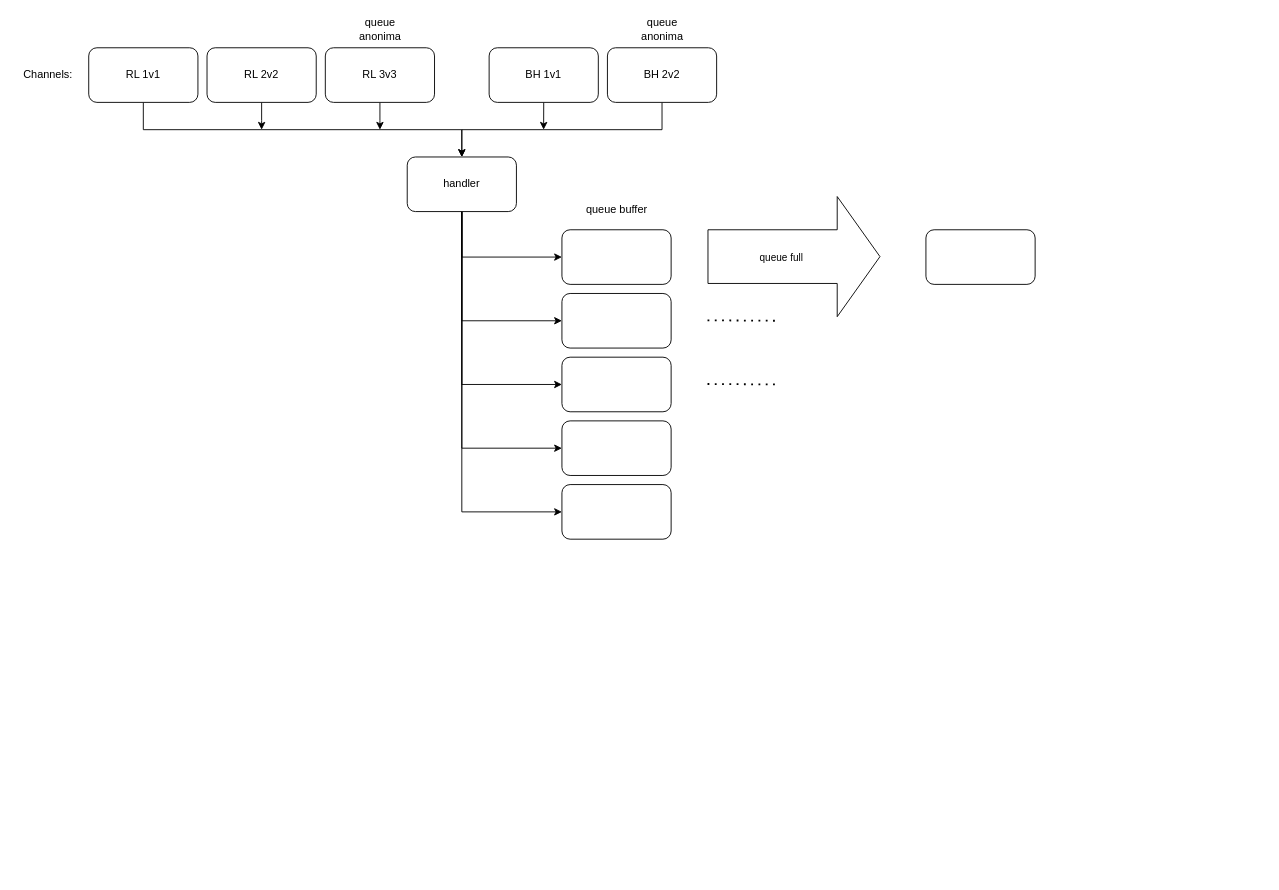
The draw.io diagram botDiagram.drawio in AlessandroPilleri/TA-queue-discord-bot, before the edit. Source tidied: cells renumbered, new cells numbered last; positions are measured from the earlier drawing's top-left corner, leaving out a move shared by most shapes. Both pictures are drawn from the tidied source at 91%, with x=0, y=0 at pixel (15, 15).
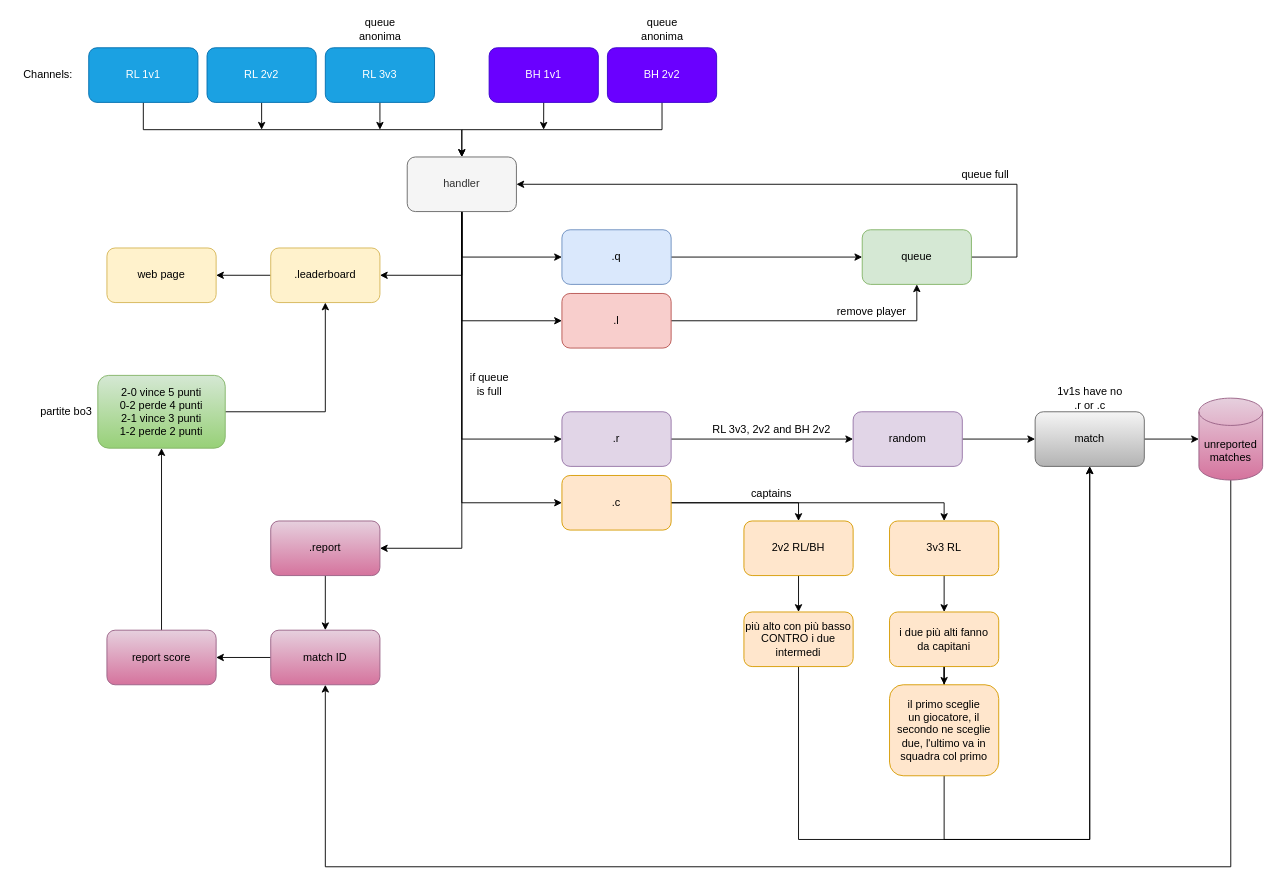
The same page after the edit.

What changed in the source:
```diff
@@
-    <mxCell id="3" value="RL 2v2" style="rounded=1;whiteSpace=wrap;html=1;" parent="1" vertex="1">
+    <mxCell id="3" value="RL 2v2" style="rounded=1;whiteSpace=wrap;html=1;fillColor=#1ba1e2;strokeColor=#006EAF;fontColor=#ffffff;" parent="1" vertex="1">
       <mxGeometry x="210" y="35" width="120" height="60" as="geometry" />
     </mxCell>
@@
-    <mxCell id="5" value="RL 1v1" style="rounded=1;whiteSpace=wrap;html=1;" parent="1" vertex="1">
+    <mxCell id="5" value="RL 1v1" style="rounded=1;whiteSpace=wrap;html=1;fillColor=#1ba1e2;strokeColor=#006EAF;fontColor=#ffffff;" parent="1" vertex="1">
       <mxGeometry x="80" y="35" width="120" height="60" as="geometry" />
     </mxCell>
@@
-    <mxCell id="7" value="RL 3v3" style="rounded=1;whiteSpace=wrap;html=1;" parent="1" vertex="1">
+    <mxCell id="7" value="RL 3v3" style="rounded=1;whiteSpace=wrap;html=1;fillColor=#1ba1e2;strokeColor=#006EAF;fontColor=#ffffff;" parent="1" vertex="1">
       <mxGeometry x="340" y="35" width="120" height="60" as="geometry" />
     </mxCell>
@@
-    <mxCell id="9" value="BH 2v2" style="rounded=1;whiteSpace=wrap;html=1;" parent="1" vertex="1">
+    <mxCell id="9" value="BH 2v2" style="rounded=1;whiteSpace=wrap;html=1;fillColor=#6a00ff;strokeColor=#3700CC;fontColor=#ffffff;" parent="1" vertex="1">
       <mxGeometry x="650" y="35" width="120" height="60" as="geometry" />
     </mxCell>
@@
-    <mxCell id="11" value="BH 1v1" style="rounded=1;whiteSpace=wrap;html=1;" parent="1" vertex="1">
+    <mxCell id="11" value="BH 1v1" style="rounded=1;whiteSpace=wrap;html=1;fillColor=#6a00ff;strokeColor=#3700CC;fontColor=#ffffff;" parent="1" vertex="1">
       <mxGeometry x="520" y="35" width="120" height="60" as="geometry" />
     </mxCell>
@@
     <mxCell id="14" style="edgeStyle=orthogonalEdgeStyle;rounded=0;jettySize=auto;html=1;entryX=0;entryY=0.5;entryDx=0;entryDy=0;" parent="1" edge="1" source="17" target="23">
       <mxGeometry relative="1" as="geometry">
         <Array as="points">
-          <mxPoint x="490" y="405" />
+          <mxPoint x="490" y="465" />
         </Array>
       </mxGeometry>
     </mxCell>
     <mxCell id="15" style="edgeStyle=orthogonalEdgeStyle;rounded=0;jettySize=auto;html=1;entryX=0;entryY=0.5;entryDx=0;entryDy=0;" parent="1" edge="1" source="17" target="24">
       <mxGeometry relative="1" as="geometry">
         <Array as="points">
-          <mxPoint x="490" y="475" />
+          <mxPoint x="490" y="535" />
         </Array>
       </mxGeometry>
     </mxCell>
-    <mxCell id="16" style="edgeStyle=orthogonalEdgeStyle;rounded=0;jettySize=auto;html=1;entryX=0;entryY=0.5;entryDx=0;entryDy=0;" parent="1" edge="1" source="17" target="25">
+    <mxCell id="16" style="edgeStyle=orthogonalEdgeStyle;rounded=0;jettySize=auto;html=1;entryX=1;entryY=0.5;entryDx=0;entryDy=0;" parent="1" edge="1" source="17" target="25">
       <mxGeometry relative="1" as="geometry">
         <Array as="points">
-          <mxPoint x="490" y="545" />
+          <mxPoint x="490" y="285" />
         </Array>
       </mxGeometry>
     </mxCell>
+    <mxCell id="32" style="edgeStyle=orthogonalEdgeStyle;rounded=0;jettySize=auto;html=1;entryX=1;entryY=0.5;entryDx=0;entryDy=0;" parent="1" edge="1" source="17" target="64">
+      <mxGeometry relative="1" as="geometry">
+        <Array as="points">
+          <mxPoint x="490" y="585" />
+        </Array>
+      </mxGeometry>
+    </mxCell>
-    <mxCell id="17" value="handler" style="rounded=1;whiteSpace=wrap;html=1;" parent="1" vertex="1">
+    <mxCell id="17" value="handler" style="rounded=1;whiteSpace=wrap;html=1;fillColor=#f5f5f5;strokeColor=#666666;fontColor=#333333;" parent="1" vertex="1">
       <mxGeometry x="430" y="155" width="120" height="60" as="geometry" />
     </mxCell>
@@
+    <mxCell id="33" style="edgeStyle=orthogonalEdgeStyle;rounded=0;jettySize=auto;html=1;entryX=0.5;entryY=1;entryDx=0;entryDy=0;" parent="1" edge="1" source="21" target="40">
+      <mxGeometry relative="1" as="geometry" />
+    </mxCell>
-    <mxCell id="21" style="rounded=1;whiteSpace=wrap;html=1;" parent="1" vertex="1">
+    <mxCell id="21" value=".l" style="rounded=1;whiteSpace=wrap;html=1;fillColor=#f8cecc;strokeColor=#b85450;" parent="1" vertex="1">
       <mxGeometry x="600" y="305" width="120" height="60" as="geometry" />
     </mxCell>
+    <mxCell id="34" style="edgeStyle=orthogonalEdgeStyle;rounded=0;jettySize=auto;html=1;entryX=0;entryY=0.5;entryDx=0;entryDy=0;" parent="1" edge="1" source="22" target="40">
+      <mxGeometry relative="1" as="geometry" />
+    </mxCell>
-    <mxCell id="22" style="rounded=1;whiteSpace=wrap;html=1;" parent="1" vertex="1">
+    <mxCell id="22" value=".q" style="rounded=1;whiteSpace=wrap;html=1;fillColor=#dae8fc;strokeColor=#6c8ebf;" parent="1" vertex="1">
       <mxGeometry x="600" y="235" width="120" height="60" as="geometry" />
     </mxCell>
+    <mxCell id="35" style="edgeStyle=orthogonalEdgeStyle;rounded=0;jettySize=auto;html=1;entryX=0;entryY=0.5;entryDx=0;entryDy=0;" parent="1" edge="1" source="23" target="59">
+      <mxGeometry relative="1" as="geometry" />
+    </mxCell>
-    <mxCell id="23" style="rounded=1;whiteSpace=wrap;html=1;" parent="1" vertex="1">
-      <mxGeometry x="600" y="375" width="120" height="60" as="geometry" />
+    <mxCell id="23" value=".r" style="rounded=1;whiteSpace=wrap;html=1;fillColor=#e1d5e7;strokeColor=#9673a6;" parent="1" vertex="1">
+      <mxGeometry x="600" y="435" width="120" height="60" as="geometry" />
     </mxCell>
+    <mxCell id="36" style="edgeStyle=orthogonalEdgeStyle;rounded=0;jettySize=auto;html=1;entryX=0.5;entryY=0;entryDx=0;entryDy=0;" parent="1" edge="1" source="24" target="48">
+      <mxGeometry relative="1" as="geometry" />
+    </mxCell>
+    <mxCell id="37" style="edgeStyle=orthogonalEdgeStyle;rounded=0;jettySize=auto;html=1;entryX=0.5;entryY=0;entryDx=0;entryDy=0;" parent="1" edge="1" source="24" target="50">
+      <mxGeometry relative="1" as="geometry" />
+    </mxCell>
-    <mxCell id="24" style="rounded=1;whiteSpace=wrap;html=1;" parent="1" vertex="1">
-      <mxGeometry x="600" y="445" width="120" height="60" as="geometry" />
+    <mxCell id="24" value=".c" style="rounded=1;whiteSpace=wrap;html=1;fillColor=#ffe6cc;strokeColor=#d79b00;" parent="1" vertex="1">
+      <mxGeometry x="600" y="505" width="120" height="60" as="geometry" />
     </mxCell>
+    <mxCell id="38" style="edgeStyle=orthogonalEdgeStyle;rounded=0;jettySize=auto;html=1;entryX=1;entryY=0.5;entryDx=0;entryDy=0;" parent="1" edge="1" source="25" target="46">
+      <mxGeometry relative="1" as="geometry" />
+    </mxCell>
-    <mxCell id="25" style="rounded=1;whiteSpace=wrap;html=1;" parent="1" vertex="1">
-      <mxGeometry x="600" y="515" width="120" height="60" as="geometry" />
+    <mxCell id="25" value=".leaderboard" style="rounded=1;whiteSpace=wrap;html=1;fillColor=#fff2cc;strokeColor=#d6b656;" parent="1" vertex="1">
+      <mxGeometry x="280" y="255" width="120" height="60" as="geometry" />
     </mxCell>
-    <mxCell id="26" value="&lt;div&gt;queue buffer&lt;/div&gt;&lt;div&gt;&lt;br&gt;&lt;/div&gt;" style="text;html=1;align=center;verticalAlign=middle;strokeColor=none;" parent="1" vertex="1">
-      <mxGeometry x="620" y="205" width="80" height="30" as="geometry" />
-    </mxCell>
-    <mxCell id="27" style="shape=flexArrow;endArrow=classic;html=1;width=59;endSize=15.33;endWidth=72;" parent="1" edge="1">
-      <mxGeometry relative="1" as="geometry">
-        <mxPoint x="760" y="264.5" as="sourcePoint" />
-        <mxPoint x="950" y="264.5" as="targetPoint" />
-      </mxGeometry>
-    </mxCell>
+    <mxCell id="39" style="edgeStyle=orthogonalEdgeStyle;rounded=0;jettySize=auto;html=1;entryX=1;entryY=0.5;entryDx=0;entryDy=0;" parent="1" edge="1" source="40" target="17">
+      <mxGeometry relative="1" as="geometry">
+        <Array as="points">
+          <mxPoint x="1100" y="265" />
+          <mxPoint x="1100" y="185" />
+        </Array>
+      </mxGeometry>
+    </mxCell>
+    <mxCell id="40" value="queue" style="rounded=1;whiteSpace=wrap;html=1;fillColor=#d5e8d4;strokeColor=#82b366;" parent="1" vertex="1">
+      <mxGeometry x="930" y="235" width="120" height="60" as="geometry" />
+    </mxCell>
+    <mxCell id="41" style="edgeStyle=orthogonalEdgeStyle;rounded=0;jettySize=auto;html=1;" parent="1" edge="1" source="42" target="62">
+      <mxGeometry relative="1" as="geometry" />
+    </mxCell>
+    <mxCell id="42" value="match" style="rounded=1;whiteSpace=wrap;html=1;gradientColor=#b3b3b3;fillColor=#f5f5f5;strokeColor=#666666;" parent="1" vertex="1">
+      <mxGeometry x="1120" y="435" width="120" height="60" as="geometry" />
+    </mxCell>
-    <mxCell id="28" value="&lt;div&gt;queue full&lt;/div&gt;" style="edgeLabel;html=1;align=center;verticalAlign=middle;" parent="27" vertex="1">
-      <mxGeometry x="-0.19" y="-5" relative="1" as="geometry">
-        <mxPoint x="3" y="-4" as="offset" />
-      </mxGeometry>
+    <mxCell id="28" value="queue full" style="text;html=1;align=center;verticalAlign=middle;strokeColor=none;" parent="1" vertex="1">
+      <mxGeometry x="1030" y="165" width="70" height="20" as="geometry" />
     </mxCell>
-    <mxCell id="29" style="endArrow=none;dashed=1;html=1;dashPattern=1 3;strokeWidth=2;" parent="1" edge="1">
-      <mxGeometry relative="1" as="geometry">
-        <mxPoint x="760" y="334.5" as="sourcePoint" />
-        <mxPoint x="840" y="335" as="targetPoint" />
-      </mxGeometry>
-    </mxCell>
-    <mxCell id="30" style="endArrow=none;dashed=1;html=1;dashPattern=1 3;strokeWidth=2;" parent="1" edge="1">
-      <mxGeometry relative="1" as="geometry">
-        <mxPoint x="760" y="404.5" as="sourcePoint" />
-        <mxPoint x="840" y="405" as="targetPoint" />
-      </mxGeometry>
-    </mxCell>
-    <mxCell id="31" style="rounded=1;whiteSpace=wrap;html=1;" parent="1" vertex="1">
-      <mxGeometry x="1000" y="235" width="120" height="60" as="geometry" />
-    </mxCell>
+    <mxCell id="43" value="&lt;div&gt;remove player&lt;/div&gt;" style="text;html=1;align=center;verticalAlign=middle;strokeColor=none;" parent="1" vertex="1">
+      <mxGeometry x="895" y="315" width="90" height="20" as="geometry" />
+    </mxCell>
+    <mxCell id="44" value="&lt;div&gt;1v1s have no&lt;/div&gt;&lt;div&gt;.r or .c&lt;/div&gt;" style="text;html=1;align=center;verticalAlign=middle;strokeColor=none;" parent="1" vertex="1">
+      <mxGeometry x="1135" y="405" width="90" height="30" as="geometry" />
+    </mxCell>
+    <mxCell id="45" value="RL 3v3, 2v2 and BH 2v2" style="text;html=1;align=center;verticalAlign=middle;strokeColor=none;" parent="1" vertex="1">
+      <mxGeometry x="760" y="445" width="140" height="20" as="geometry" />
+    </mxCell>
+    <mxCell id="46" value="&lt;div&gt;web page&lt;/div&gt;" style="rounded=1;whiteSpace=wrap;html=1;fillColor=#fff2cc;strokeColor=#d6b656;" parent="1" vertex="1">
+      <mxGeometry x="100" y="255" width="120" height="60" as="geometry" />
+    </mxCell>
+    <mxCell id="47" style="edgeStyle=orthogonalEdgeStyle;rounded=0;jettySize=auto;html=1;entryX=0.5;entryY=0;entryDx=0;entryDy=0;" parent="1" edge="1" source="48" target="53">
+      <mxGeometry relative="1" as="geometry" />
+    </mxCell>
+    <mxCell id="48" value="2v2 RL/BH" style="rounded=1;whiteSpace=wrap;html=1;fillColor=#ffe6cc;strokeColor=#d79b00;" parent="1" vertex="1">
+      <mxGeometry x="800" y="555" width="120" height="60" as="geometry" />
+    </mxCell>
+    <mxCell id="49" style="edgeStyle=orthogonalEdgeStyle;rounded=0;jettySize=auto;html=1;entryX=0.5;entryY=0;entryDx=0;entryDy=0;" parent="1" edge="1" source="50" target="55">
+      <mxGeometry relative="1" as="geometry" />
+    </mxCell>
+    <mxCell id="50" value="3v3 RL" style="rounded=1;whiteSpace=wrap;html=1;fillColor=#ffe6cc;strokeColor=#d79b00;" parent="1" vertex="1">
+      <mxGeometry x="960" y="555" width="120" height="60" as="geometry" />
+    </mxCell>
+    <mxCell id="51" value="&lt;div&gt;captains&lt;/div&gt;" style="text;html=1;align=center;verticalAlign=middle;strokeColor=none;" parent="1" vertex="1">
+      <mxGeometry x="800" y="515" width="60" height="20" as="geometry" />
+    </mxCell>
+    <mxCell id="52" style="edgeStyle=orthogonalEdgeStyle;rounded=0;jettySize=auto;html=1;entryX=0.5;entryY=1;entryDx=0;entryDy=0;" parent="1" edge="1" source="53" target="42">
+      <mxGeometry relative="1" as="geometry">
+        <Array as="points">
+          <mxPoint x="860" y="905" />
+          <mxPoint x="1180" y="905" />
+        </Array>
+      </mxGeometry>
+    </mxCell>
+    <mxCell id="53" value="più alto con più basso CONTRO i due intermedi" style="rounded=1;whiteSpace=wrap;html=1;fillColor=#ffe6cc;strokeColor=#d79b00;" parent="1" vertex="1">
+      <mxGeometry x="800" y="655" width="120" height="60" as="geometry" />
+    </mxCell>
+    <mxCell id="54" style="edgeStyle=orthogonalEdgeStyle;rounded=0;jettySize=auto;html=1;" parent="1" edge="1" source="55" target="57">
+      <mxGeometry relative="1" as="geometry" />
+    </mxCell>
+    <mxCell id="55" value="&lt;div&gt;i due più alti fanno&lt;/div&gt;&lt;div&gt; da capitani&lt;/div&gt;" style="rounded=1;whiteSpace=wrap;html=1;fillColor=#ffe6cc;strokeColor=#d79b00;" parent="1" vertex="1">
+      <mxGeometry x="960" y="655" width="120" height="60" as="geometry" />
+    </mxCell>
+    <mxCell id="56" style="edgeStyle=orthogonalEdgeStyle;rounded=0;jettySize=auto;html=1;entryX=0.5;entryY=1;entryDx=0;entryDy=0;" parent="1" edge="1" source="57" target="42">
+      <mxGeometry relative="1" as="geometry">
+        <Array as="points">
+          <mxPoint x="1020" y="905" />
+          <mxPoint x="1180" y="905" />
+        </Array>
+      </mxGeometry>
+    </mxCell>
+    <mxCell id="57" value="&lt;div&gt;il primo sceglie&lt;/div&gt;&lt;div&gt;un giocatore, il secondo ne sceglie due, l'ultimo va in squadra col primo&lt;/div&gt;" style="rounded=1;whiteSpace=wrap;html=1;fillColor=#ffe6cc;strokeColor=#d79b00;" parent="1" vertex="1">
+      <mxGeometry x="960" y="735" width="120" height="100" as="geometry" />
+    </mxCell>
+    <mxCell id="58" style="edgeStyle=orthogonalEdgeStyle;rounded=0;jettySize=auto;html=1;entryX=0;entryY=0.5;entryDx=0;entryDy=0;" parent="1" edge="1" source="59" target="42">
+      <mxGeometry relative="1" as="geometry" />
+    </mxCell>
+    <mxCell id="59" value="&lt;div&gt;random&lt;/div&gt;" style="rounded=1;whiteSpace=wrap;html=1;fillColor=#e1d5e7;strokeColor=#9673a6;" parent="1" vertex="1">
+      <mxGeometry x="920" y="435" width="120" height="60" as="geometry" />
+    </mxCell>
+    <mxCell id="60" value="&lt;div&gt;if queue&lt;/div&gt;&lt;div&gt;is full&lt;/div&gt;" style="text;html=1;align=center;verticalAlign=middle;strokeColor=none;" parent="1" vertex="1">
+      <mxGeometry x="490" y="390" width="60" height="30" as="geometry" />
+    </mxCell>
+    <mxCell id="61" style="edgeStyle=orthogonalEdgeStyle;rounded=0;jettySize=auto;html=1;entryX=0.5;entryY=1;entryDx=0;entryDy=0;" parent="1" edge="1" source="62" target="66">
+      <mxGeometry relative="1" as="geometry">
+        <Array as="points">
+          <mxPoint x="1335" y="935" />
+          <mxPoint x="340" y="935" />
+        </Array>
+      </mxGeometry>
+    </mxCell>
+    <mxCell id="62" value="unreported matches" style="shape=cylinder3;whiteSpace=wrap;html=1;boundedLbl=1;backgroundOutline=1;size=15;fillColor=#e6d0de;strokeColor=#996185;gradientColor=#d5739d;" parent="1" vertex="1">
+      <mxGeometry x="1300" y="420" width="70" height="90" as="geometry" />
+    </mxCell>
+    <mxCell id="63" style="edgeStyle=orthogonalEdgeStyle;rounded=0;jettySize=auto;html=1;" parent="1" edge="1" source="64" target="66">
+      <mxGeometry relative="1" as="geometry" />
+    </mxCell>
+    <mxCell id="64" value=".report" style="rounded=1;whiteSpace=wrap;html=1;fillColor=#e6d0de;strokeColor=#996185;gradientColor=#d5739d;" parent="1" vertex="1">
+      <mxGeometry x="280" y="555" width="120" height="60" as="geometry" />
+    </mxCell>
+    <mxCell id="65" style="edgeStyle=orthogonalEdgeStyle;rounded=0;jettySize=auto;html=1;entryX=1;entryY=0.5;entryDx=0;entryDy=0;" parent="1" edge="1" source="66" target="68">
+      <mxGeometry relative="1" as="geometry" />
+    </mxCell>
+    <mxCell id="66" value="match ID" style="rounded=1;whiteSpace=wrap;html=1;gradientColor=#d5739d;fillColor=#e6d0de;strokeColor=#996185;" parent="1" vertex="1">
+      <mxGeometry x="280" y="675" width="120" height="60" as="geometry" />
+    </mxCell>
+    <mxCell id="67" style="edgeStyle=orthogonalEdgeStyle;rounded=0;jettySize=auto;html=1;entryX=0.5;entryY=1;entryDx=0;entryDy=0;" parent="1" edge="1" source="68" target="70">
+      <mxGeometry relative="1" as="geometry" />
+    </mxCell>
+    <mxCell id="68" value="report score" style="rounded=1;whiteSpace=wrap;html=1;gradientColor=#d5739d;fillColor=#e6d0de;strokeColor=#996185;" parent="1" vertex="1">
+      <mxGeometry x="100" y="675" width="120" height="60" as="geometry" />
+    </mxCell>
+    <mxCell id="69" style="edgeStyle=orthogonalEdgeStyle;rounded=0;jettySize=auto;html=1;entryX=0.5;entryY=1;entryDx=0;entryDy=0;" parent="1" edge="1" source="70" target="25">
+      <mxGeometry relative="1" as="geometry" />
+    </mxCell>
+    <mxCell id="70" value="2-0 vince 5 punti&lt;br&gt;&lt;div&gt;0-2 perde 4 punti&lt;/div&gt;&lt;div&gt;2-1 vince 3 punti&lt;/div&gt;&lt;div&gt;1-2 perde 2 punti&lt;br&gt;&lt;/div&gt;" style="rounded=1;whiteSpace=wrap;html=1;gradientColor=#97d077;fillColor=#d5e8d4;strokeColor=#82b366;" parent="1" vertex="1">
+      <mxGeometry x="90" y="395" width="140" height="80" as="geometry" />
+    </mxCell>
+    <mxCell id="71" value="partite bo3" style="text;html=1;align=center;verticalAlign=middle;strokeColor=none;" parent="1" vertex="1">
+      <mxGeometry x="20" y="425" width="70" height="20" as="geometry" />
+    </mxCell>
```
